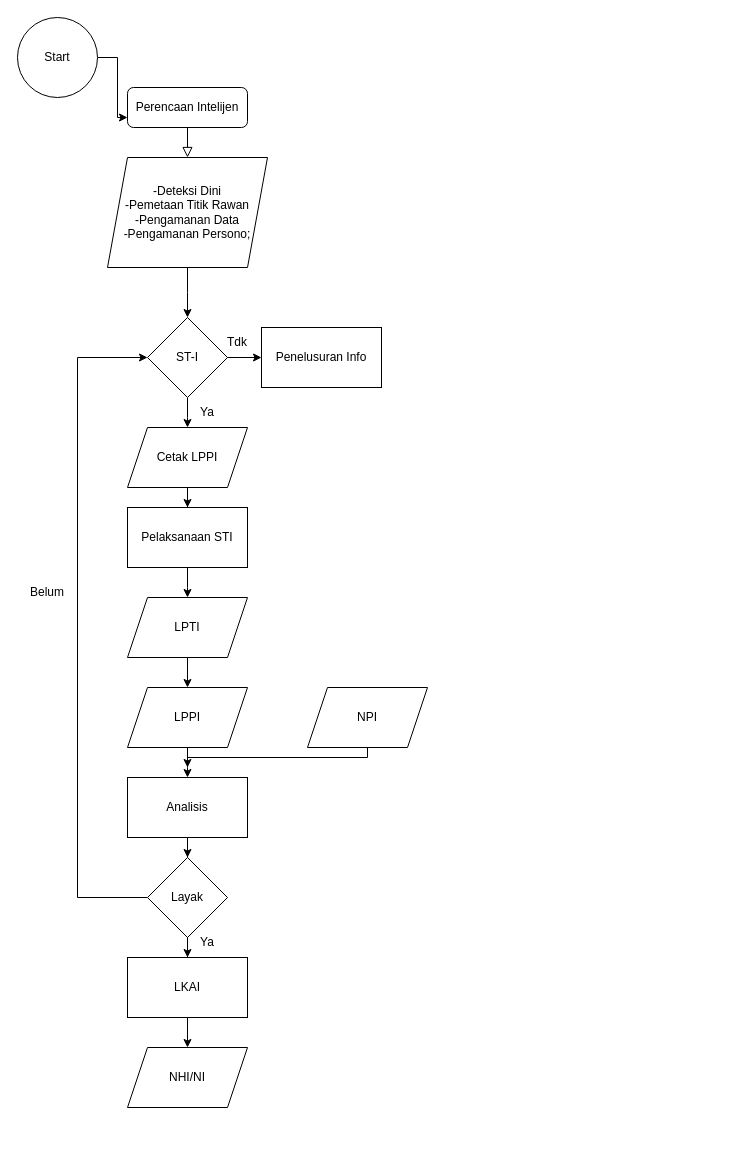
This is Untitled Diagram.drawio from ridhobc/p2, a draw.io file, before an edit. Source tidied: cells renumbered, new cells numbered last; positions are measured from the earlier drawing's top-left corner, leaving out a move shared by most shapes. Both pictures are drawn from the tidied source at 100%, with x=0, y=0 at pixel (17, 17).
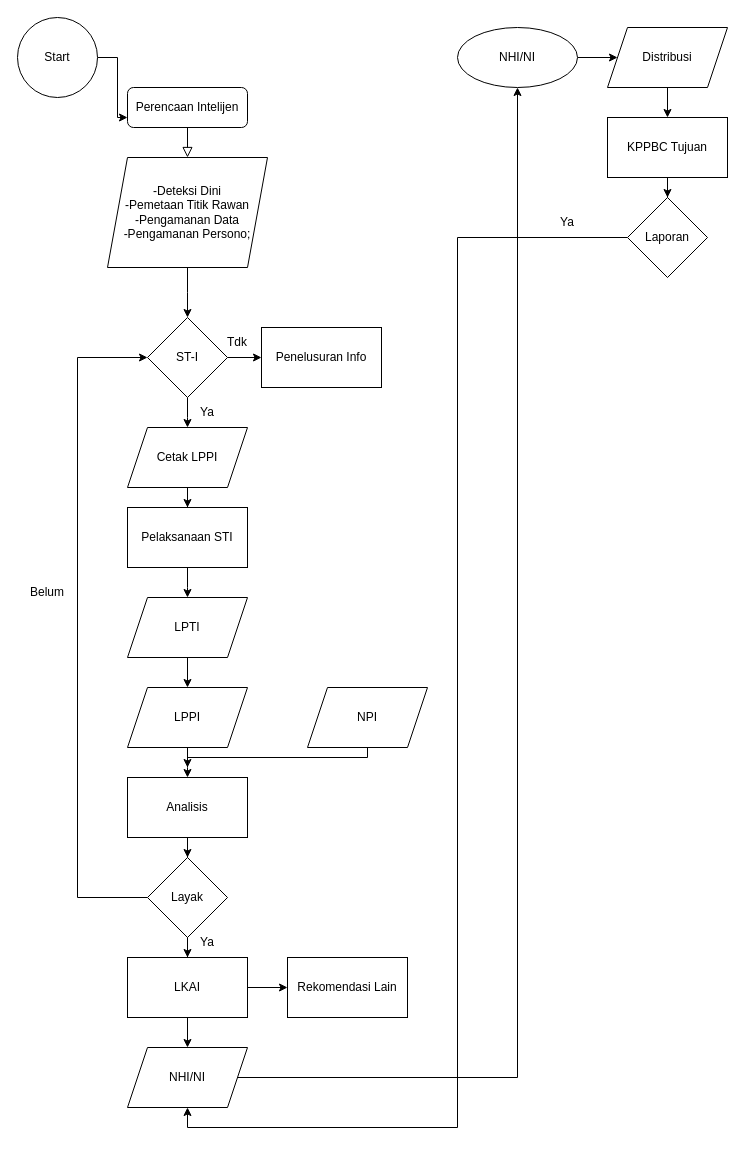
The same diagram, later.

The change refers to these unchanged cells:
```xml
<mxCell id="30" value="LKAI" style="whiteSpace=wrap;html=1;" parent="1" vertex="1">
  <mxGeometry x="110" y="940" width="120" height="60" as="geometry" />
</mxCell>
<mxCell id="33" value="NHI/NI" style="shape=parallelogram;perimeter=parallelogramPerimeter;whiteSpace=wrap;html=1;fixedSize=1;" parent="1" vertex="1">
  <mxGeometry x="110" y="1030" width="120" height="60" as="geometry" />
</mxCell>
```

The edit, as a diff of the source:
```diff
@@
+    <mxCell id="34" style="edgeStyle=orthogonalEdgeStyle;rounded=0;jettySize=auto;html=1;" parent="1" edge="1" source="30" target="36">
+      <mxGeometry relative="1" as="geometry" />
+    </mxCell>
@@
+    <mxCell id="35" style="edgeStyle=orthogonalEdgeStyle;rounded=0;jettySize=auto;html=1;" parent="1" edge="1" source="33" target="38">
+      <mxGeometry relative="1" as="geometry" />
+    </mxCell>
@@
+    <mxCell id="36" value="Rekomendasi Lain" style="whiteSpace=wrap;html=1;" parent="1" vertex="1">
+      <mxGeometry x="270" y="940" width="120" height="60" as="geometry" />
+    </mxCell>
+    <mxCell id="37" style="edgeStyle=orthogonalEdgeStyle;rounded=0;jettySize=auto;html=1;" parent="1" edge="1" source="38" target="40">
+      <mxGeometry relative="1" as="geometry" />
+    </mxCell>
+    <mxCell id="38" value="NHI/NI" style="ellipse;whiteSpace=wrap;html=1;" parent="1" vertex="1">
+      <mxGeometry x="440" y="10" width="120" height="60" as="geometry" />
+    </mxCell>
+    <mxCell id="39" style="edgeStyle=orthogonalEdgeStyle;rounded=0;jettySize=auto;html=1;" parent="1" edge="1" source="40" target="42">
+      <mxGeometry relative="1" as="geometry" />
+    </mxCell>
+    <mxCell id="40" value="Distribusi" style="shape=parallelogram;perimeter=parallelogramPerimeter;whiteSpace=wrap;html=1;fixedSize=1;" parent="1" vertex="1">
+      <mxGeometry x="590" y="10" width="120" height="60" as="geometry" />
+    </mxCell>
+    <mxCell id="41" style="edgeStyle=orthogonalEdgeStyle;rounded=0;jettySize=auto;html=1;" parent="1" edge="1" source="42" target="44">
+      <mxGeometry relative="1" as="geometry" />
+    </mxCell>
+    <mxCell id="42" value="KPPBC Tujuan" style="whiteSpace=wrap;html=1;" parent="1" vertex="1">
+      <mxGeometry x="590" y="100" width="120" height="60" as="geometry" />
+    </mxCell>
+    <mxCell id="43" style="edgeStyle=orthogonalEdgeStyle;rounded=0;jettySize=auto;html=1;exitX=0;exitY=0.5;exitDx=0;exitDy=0;" parent="1" edge="1" source="44" target="33">
+      <mxGeometry relative="1" as="geometry">
+        <Array as="points">
+          <mxPoint x="440" y="220" />
+          <mxPoint x="440" y="1110" />
+          <mxPoint x="170" y="1110" />
+        </Array>
+      </mxGeometry>
+    </mxCell>
+    <mxCell id="44" value="Laporan" style="rhombus;whiteSpace=wrap;html=1;" parent="1" vertex="1">
+      <mxGeometry x="610" y="180" width="80" height="80" as="geometry" />
+    </mxCell>
+    <mxCell id="45" value="Ya" style="text;html=1;strokeColor=none;fillColor=none;align=center;verticalAlign=middle;whiteSpace=wrap;rounded=0;" parent="1" vertex="1">
+      <mxGeometry x="520" y="190" width="60" height="30" as="geometry" />
+    </mxCell>
```
